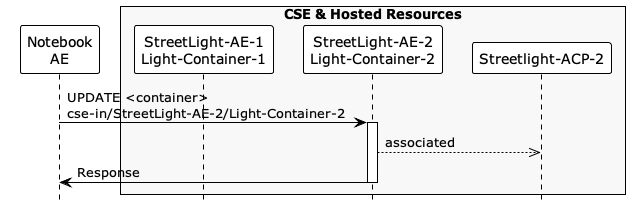
This is images/05/update_container.png from ankraft/onem2m-jupyter-notebooks, a PlantUML export, as it was before one commit.
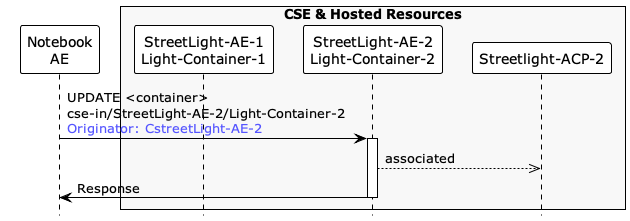
The same diagram one commit later.

Diff of the diagram source:
```diff
@@ -11,7 +11,7 @@
 participant "Streetlight-ACP-2" as acp2
 end box
 
-AE -> container2 ++: UPDATE <container>\ncse-in/StreetLight-AE-2/Light-Container-2
+AE -> container2 ++: UPDATE <container>\ncse-in/StreetLight-AE-2/Light-Container-2\n<font color="#5555ff">Originator: CstreetLight-AE-2
 container2 -->> acp2: associated
 AE <- container2 --: Response
 
```
